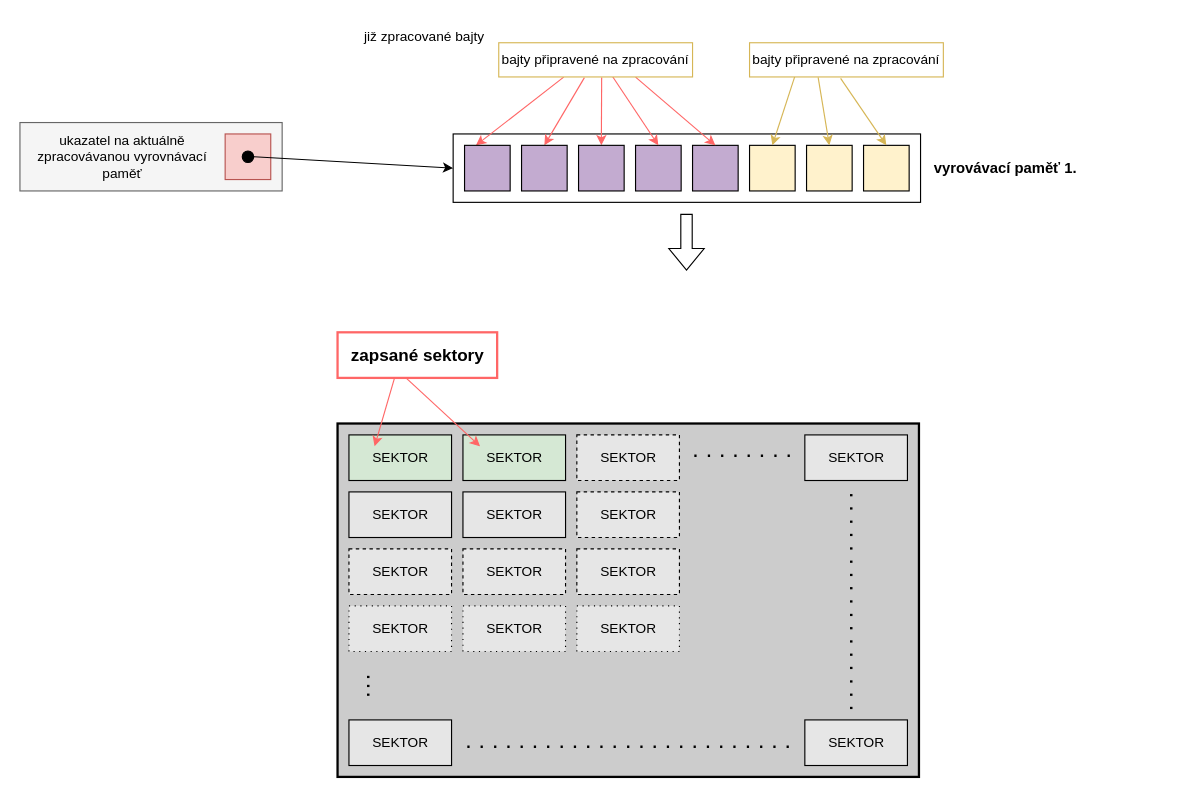
The draw.io diagram diagrams/batch_processing/batch_processing.drawio in Doly02/thesis, before the edit. Source tidied: cells renumbered, new cells numbered last; positions are measured from the earlier drawing's top-left corner, leaving out a move shared by most shapes. Both pictures are drawn from the tidied source at 114%, with x=0, y=0 at pixel (19, 19).
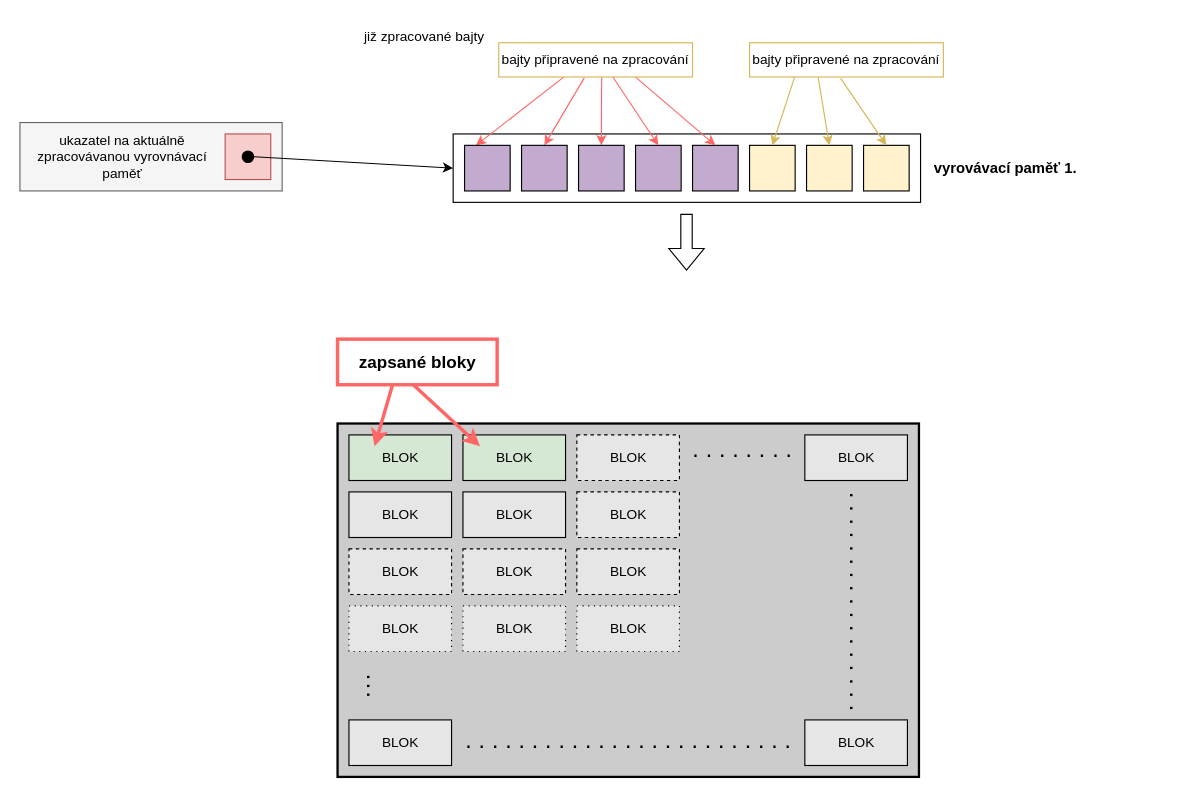
Above is the later version.

The change refers to these unchanged cells:
```xml
<mxCell id="46" style="group;" parent="1" vertex="1">
  <mxGeometry x="488.5" y="464" width="90" height="40" as="geometry" />
</mxCell>
<mxCell id="49" style="group;" parent="1" vertex="1">
  <mxGeometry x="488.5" y="414" width="90" height="40" as="geometry" />
</mxCell>
<mxCell id="52" style="group;" parent="1" vertex="1">
  <mxGeometry x="488.5" y="364" width="90" height="40" as="geometry" />
</mxCell>
<mxCell id="55" style="group;" parent="1" vertex="1">
  <mxGeometry x="688.5" y="614" width="90" height="40" as="geometry" />
</mxCell>
<mxCell id="58" style="group;" parent="1" vertex="1">
  <mxGeometry x="688.5" y="364" width="90" height="40" as="geometry" />
</mxCell>
<mxCell id="61" style="group;" parent="1" vertex="1">
  <mxGeometry x="288.6" y="614" width="90" height="40" as="geometry" />
</mxCell>
<mxCell id="64" style="group;" parent="1" vertex="1">
  <mxGeometry x="388.6" y="414" width="90" height="40" as="geometry" />
</mxCell>
```

The edit, as a diff of the source:
```diff
@@
-    <mxCell id="38" value="SEKTOR" style="text;html=1;align=center;verticalAlign=middle;whiteSpace=wrap;rounded=0;" parent="1" vertex="1">
+    <mxCell id="38" value="BLOK" style="text;html=1;align=center;verticalAlign=middle;whiteSpace=wrap;rounded=0;" parent="1" vertex="1">
       <mxGeometry x="303.6" y="369" width="60" height="30" as="geometry" />
     </mxCell>
-    <mxCell id="39" value="SEKTOR" style="text;html=1;align=center;verticalAlign=middle;whiteSpace=wrap;rounded=0;" parent="1" vertex="1">
+    <mxCell id="39" value="BLOK" style="text;html=1;align=center;verticalAlign=middle;whiteSpace=wrap;rounded=0;" parent="1" vertex="1">
       <mxGeometry x="403.6" y="369" width="60" height="30" as="geometry" />
     </mxCell>
-    <mxCell id="40" value="SEKTOR" style="text;html=1;align=center;verticalAlign=middle;whiteSpace=wrap;rounded=0;" parent="1" vertex="1">
+    <mxCell id="40" value="BLOK" style="text;html=1;align=center;verticalAlign=middle;whiteSpace=wrap;rounded=0;" parent="1" vertex="1">
       <mxGeometry x="303.6" y="419" width="60" height="30" as="geometry" />
     </mxCell>
-    <mxCell id="41" value="SEKTOR" style="text;html=1;align=center;verticalAlign=middle;whiteSpace=wrap;rounded=0;" parent="1" vertex="1">
+    <mxCell id="41" value="BLOK" style="text;html=1;align=center;verticalAlign=middle;whiteSpace=wrap;rounded=0;" parent="1" vertex="1">
       <mxGeometry x="403.6" y="469" width="60" height="30" as="geometry" />
     </mxCell>
-    <mxCell id="42" value="SEKTOR" style="text;html=1;align=center;verticalAlign=middle;whiteSpace=wrap;rounded=0;" parent="1" vertex="1">
+    <mxCell id="42" value="BLOK" style="text;html=1;align=center;verticalAlign=middle;whiteSpace=wrap;rounded=0;" parent="1" vertex="1">
       <mxGeometry x="303.6" y="469" width="60" height="30" as="geometry" />
     </mxCell>
-    <mxCell id="43" value="SEKTOR" style="text;html=1;align=center;verticalAlign=middle;whiteSpace=wrap;rounded=0;" parent="1" vertex="1">
+    <mxCell id="43" value="BLOK" style="text;html=1;align=center;verticalAlign=middle;whiteSpace=wrap;rounded=0;" parent="1" vertex="1">
       <mxGeometry x="303.6" y="519" width="60" height="30" as="geometry" />
     </mxCell>
-    <mxCell id="44" value="SEKTOR" style="text;html=1;align=center;verticalAlign=middle;whiteSpace=wrap;rounded=0;" parent="1" vertex="1">
+    <mxCell id="44" value="BLOK" style="text;html=1;align=center;verticalAlign=middle;whiteSpace=wrap;rounded=0;" parent="1" vertex="1">
       <mxGeometry x="403.6" y="519" width="60" height="30" as="geometry" />
     </mxCell>
-    <mxCell id="45" value="SEKTOR" style="text;html=1;align=center;verticalAlign=middle;whiteSpace=wrap;rounded=0;" parent="1" vertex="1">
+    <mxCell id="45" value="BLOK" style="text;html=1;align=center;verticalAlign=middle;whiteSpace=wrap;rounded=0;" parent="1" vertex="1">
       <mxGeometry x="503.5" y="519" width="60" height="30" as="geometry" />
     </mxCell>
@@
-    <mxCell id="48" value="SEKTOR" style="text;html=1;align=center;verticalAlign=middle;whiteSpace=wrap;rounded=0;" parent="46" vertex="1">
+    <mxCell id="48" value="BLOK" style="text;html=1;align=center;verticalAlign=middle;whiteSpace=wrap;rounded=0;" parent="46" vertex="1">
       <mxGeometry x="15" y="5" width="60" height="30" as="geometry" />
     </mxCell>
@@
-    <mxCell id="51" value="SEKTOR" style="text;html=1;align=center;verticalAlign=middle;whiteSpace=wrap;rounded=0;" parent="49" vertex="1">
+    <mxCell id="51" value="BLOK" style="text;html=1;align=center;verticalAlign=middle;whiteSpace=wrap;rounded=0;" parent="49" vertex="1">
       <mxGeometry x="15" y="5" width="60" height="30" as="geometry" />
     </mxCell>
@@
-    <mxCell id="54" value="SEKTOR" style="text;html=1;align=center;verticalAlign=middle;whiteSpace=wrap;rounded=0;" parent="52" vertex="1">
+    <mxCell id="54" value="BLOK" style="text;html=1;align=center;verticalAlign=middle;whiteSpace=wrap;rounded=0;" parent="52" vertex="1">
       <mxGeometry x="15" y="5" width="60" height="30" as="geometry" />
     </mxCell>
@@
-    <mxCell id="57" value="SEKTOR" style="text;html=1;align=center;verticalAlign=middle;whiteSpace=wrap;rounded=0;" parent="55" vertex="1">
+    <mxCell id="57" value="BLOK" style="text;html=1;align=center;verticalAlign=middle;whiteSpace=wrap;rounded=0;" parent="55" vertex="1">
       <mxGeometry x="15" y="5" width="60" height="30" as="geometry" />
     </mxCell>
@@
-    <mxCell id="60" value="SEKTOR" style="text;html=1;align=center;verticalAlign=middle;whiteSpace=wrap;rounded=0;" parent="58" vertex="1">
+    <mxCell id="60" value="BLOK" style="text;html=1;align=center;verticalAlign=middle;whiteSpace=wrap;rounded=0;" parent="58" vertex="1">
       <mxGeometry x="15" y="5" width="60" height="30" as="geometry" />
     </mxCell>
@@
-    <mxCell id="63" value="SEKTOR" style="text;html=1;align=center;verticalAlign=middle;whiteSpace=wrap;rounded=0;" parent="61" vertex="1">
+    <mxCell id="63" value="BLOK" style="text;html=1;align=center;verticalAlign=middle;whiteSpace=wrap;rounded=0;" parent="61" vertex="1">
       <mxGeometry x="15" y="5" width="60" height="30" as="geometry" />
     </mxCell>
@@
-    <mxCell id="66" value="SEKTOR" style="text;html=1;align=center;verticalAlign=middle;whiteSpace=wrap;rounded=0;" parent="64" vertex="1">
+    <mxCell id="66" value="BLOK" style="text;html=1;align=center;verticalAlign=middle;whiteSpace=wrap;rounded=0;" parent="64" vertex="1">
       <mxGeometry x="15" y="5" width="60" height="30" as="geometry" />
     </mxCell>
@@
-    <mxCell id="71" style="endArrow=classic;html=1;rounded=0;entryX=0.25;entryY=0;entryDx=0;entryDy=0;strokeColor=#FF6666;" parent="1" edge="1">
+    <mxCell id="71" style="endArrow=classic;html=1;rounded=0;entryX=0.25;entryY=0;entryDx=0;entryDy=0;strokeColor=#FF6666;strokeWidth=3;" parent="1" edge="1">
       <mxGeometry relative="1" as="geometry">
         <mxPoint x="328.6" y="314" as="sourcePoint" />
         <mxPoint x="311.1" y="374" as="targetPoint" />
       </mxGeometry>
     </mxCell>
-    <mxCell id="72" style="endArrow=classic;html=1;rounded=0;entryX=0.25;entryY=0;entryDx=0;entryDy=0;strokeColor=#FF6666;" parent="1" edge="1">
+    <mxCell id="72" style="endArrow=classic;html=1;rounded=0;entryX=0.25;entryY=0;entryDx=0;entryDy=0;strokeColor=#FF6666;strokeWidth=3;" parent="1" edge="1">
       <mxGeometry relative="1" as="geometry">
         <mxPoint x="338.6" y="314" as="sourcePoint" />
         <mxPoint x="403.6" y="374" as="targetPoint" />
       </mxGeometry>
     </mxCell>
-    <mxCell id="73" value="&lt;font style=&quot;font-size: 15px;&quot;&gt;&lt;b&gt;zapsané sektory&lt;/b&gt;&lt;/font&gt;" style="rounded=0;whiteSpace=wrap;html=1;strokeColor=#FF6666;strokeWidth=2;" parent="1" vertex="1">
-      <mxGeometry x="278.6" y="274" width="140" height="40" as="geometry" />
+    <mxCell id="73" value="&lt;font style=&quot;font-size: 15px;&quot;&gt;&lt;b&gt;zapsané bloky&lt;/b&gt;&lt;/font&gt;" style="rounded=0;whiteSpace=wrap;html=1;strokeColor=#FF6666;strokeWidth=3;" parent="1" vertex="1">
+      <mxGeometry x="278.6" y="280" width="140" height="40" as="geometry" />
     </mxCell>
```
